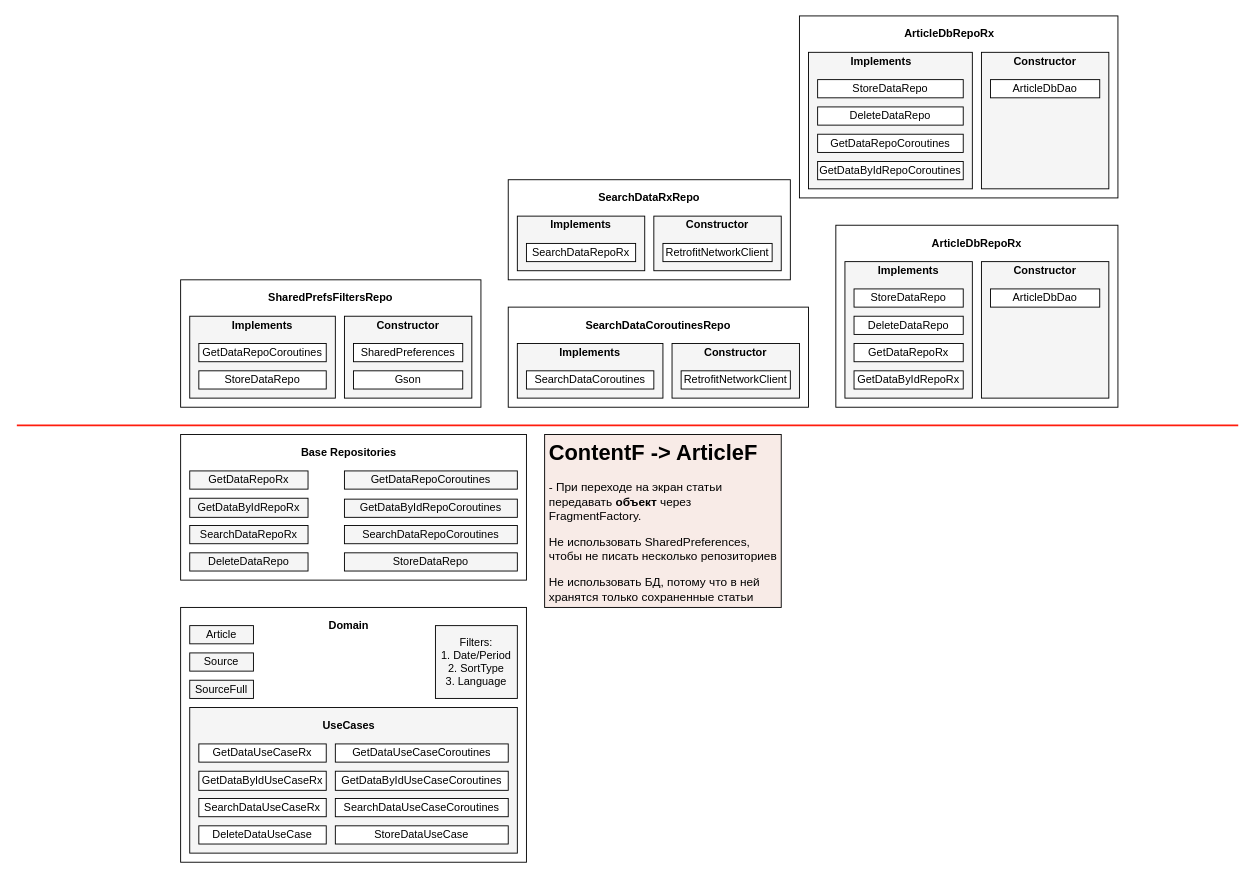
Before: app/Диаграмма без названия.drawio in Megrief/AudioPlayer, a draw.io diagram. Source tidied: cells renumbered, new cells numbered last; positions are measured from the earlier drawing's top-left corner, leaving out a move shared by most shapes. Both pictures are drawn from the tidied source at 91%, with x=0, y=0 at pixel (16, 15).
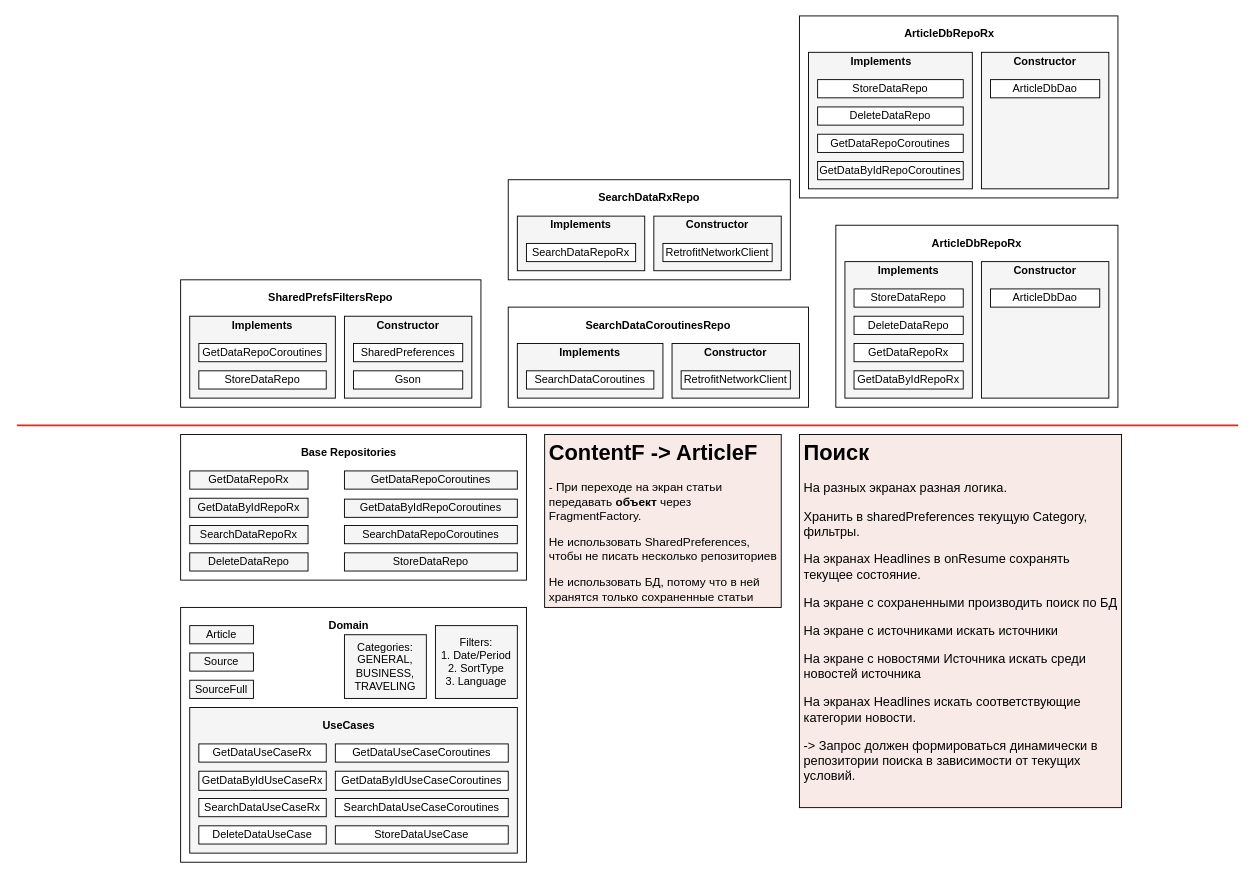
The same page after the edit.

Change to the diagram source:
```diff
@@
+    <mxCell id="78" value="&lt;h1&gt;Поиск&lt;/h1&gt;&lt;p style=&quot;font-size: 14px;&quot;&gt;&lt;font style=&quot;font-size: 14px;&quot;&gt;На разных экранах разная логика.&amp;nbsp;&lt;/font&gt;&lt;/p&gt;&lt;p style=&quot;font-size: 14px;&quot;&gt;&lt;font style=&quot;font-size: 14px;&quot;&gt;Хранить в sharedPreferences текущую Category, фильтры.&lt;/font&gt;&lt;/p&gt;&lt;p style=&quot;font-size: 14px;&quot;&gt;&lt;font style=&quot;font-size: 14px;&quot;&gt;На экранах Headlines в onResume сохранять текущее состояние.&lt;/font&gt;&lt;/p&gt;&lt;p style=&quot;font-size: 14px;&quot;&gt;&lt;font style=&quot;font-size: 14px;&quot;&gt;На экране с сохраненными производить поиск по БД&lt;/font&gt;&lt;/p&gt;&lt;p style=&quot;font-size: 14px;&quot;&gt;&lt;font style=&quot;font-size: 14px;&quot;&gt;На экране с источниками искать источники&lt;/font&gt;&lt;/p&gt;&lt;p style=&quot;font-size: 14px;&quot;&gt;&lt;font style=&quot;font-size: 14px;&quot;&gt;На экране с новостями Источника искать среди новостей источника&lt;/font&gt;&lt;/p&gt;&lt;p style=&quot;font-size: 14px;&quot;&gt;&lt;font style=&quot;font-size: 14px;&quot;&gt;На экранах Headlines искать соответствующие категории новости.&lt;/font&gt;&lt;/p&gt;&lt;p style=&quot;font-size: 14px;&quot;&gt;&lt;font style=&quot;font-size: 14px;&quot;&gt;-&amp;gt; Запрос должен формироваться динамически в репозитории поиска в зависимости от текущих условий.&lt;/font&gt;&lt;/p&gt;" style="text;html=1;strokeColor=default;fillColor=#F8EBE7;spacing=5;spacingTop=-20;whiteSpace=wrap;overflow=hidden;rounded=0;" parent="1" vertex="1">
+      <mxGeometry x="860" y="460" width="354" height="410" as="geometry" />
+    </mxCell>
+    <mxCell id="79" value="Categories:&lt;br&gt;GENERAL,&lt;br&gt;BUSINESS,&lt;br&gt;TRAVELING" style="text;html=1;align=center;verticalAlign=middle;whiteSpace=wrap;rounded=0;strokeColor=#000000;fillColor=#f5f5f5;fontColor=#000000;" parent="1" vertex="1">
+      <mxGeometry x="360" y="680" width="90" height="70" as="geometry" />
+    </mxCell>
```
